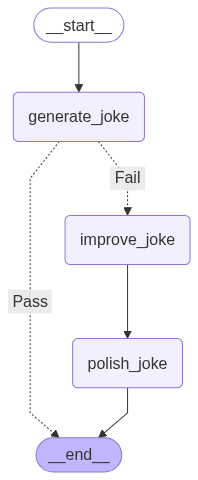
This is workflow_graph.png from bhoga01ai/langgraph-agents, a Mermaid export, as it was before one commit. Its source is kept beside it as workflow_graph.mmd.
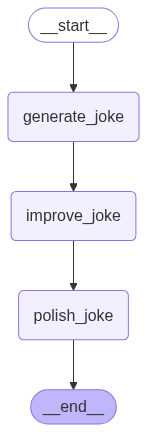
The same file after the commit.

Change to the diagram source:
```diff
@@ -10,8 +10,7 @@
 	polish_joke(polish_joke)
 	__end__([<p>__end__</p>]):::last
 	__start__ --> generate_joke;
-	generate_joke -. &nbsp;Pass&nbsp; .-> __end__;
-	generate_joke -. &nbsp;Fail&nbsp; .-> improve_joke;
+	generate_joke --> improve_joke;
 	improve_joke --> polish_joke;
 	polish_joke --> __end__;
 	classDef default fill:#f2f0ff,line-height:1.2
```
